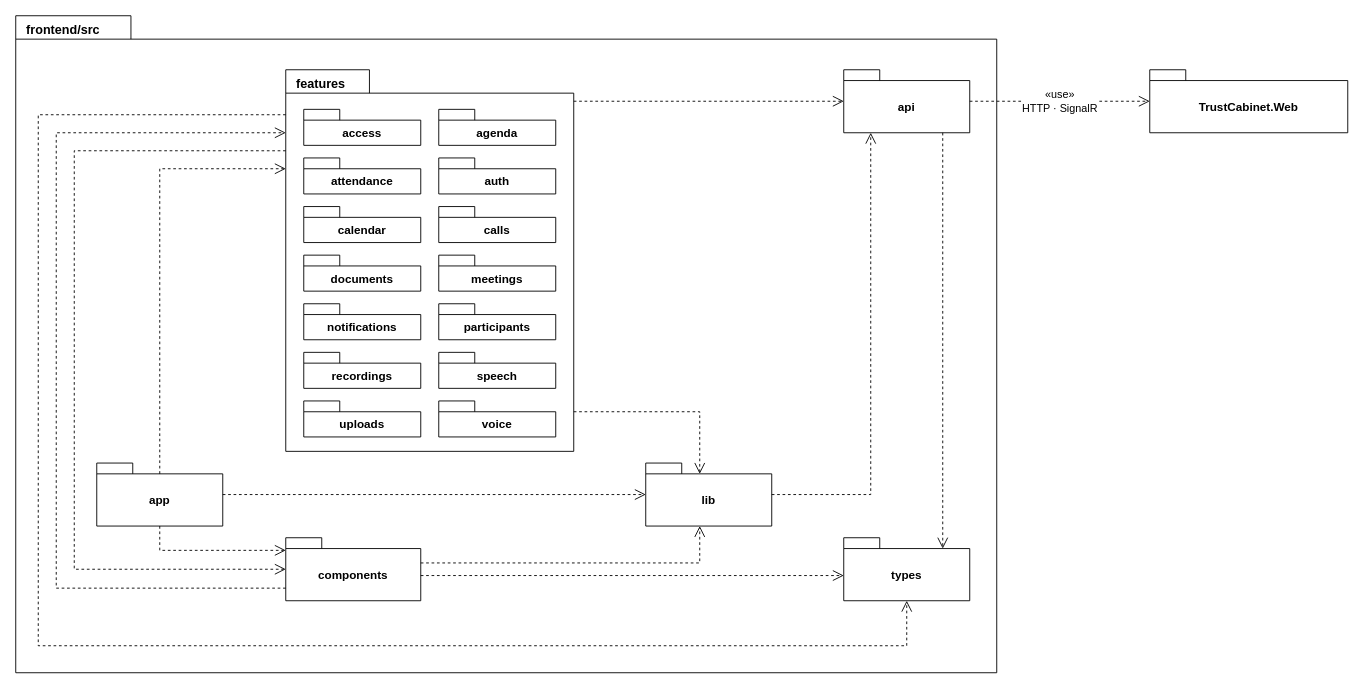
Above: docs/15-package-diagram/package-frontend.drawio in callmehai/FU-FA26-G116 (draw.io), before the change. Source tidied: cells renumbered, new cells numbered last; positions are measured from the earlier drawing's top-left corner, leaving out a move shared by most shapes. Both pictures are drawn from the tidied source at 90%, with x=0, y=0 at pixel (15, 15).
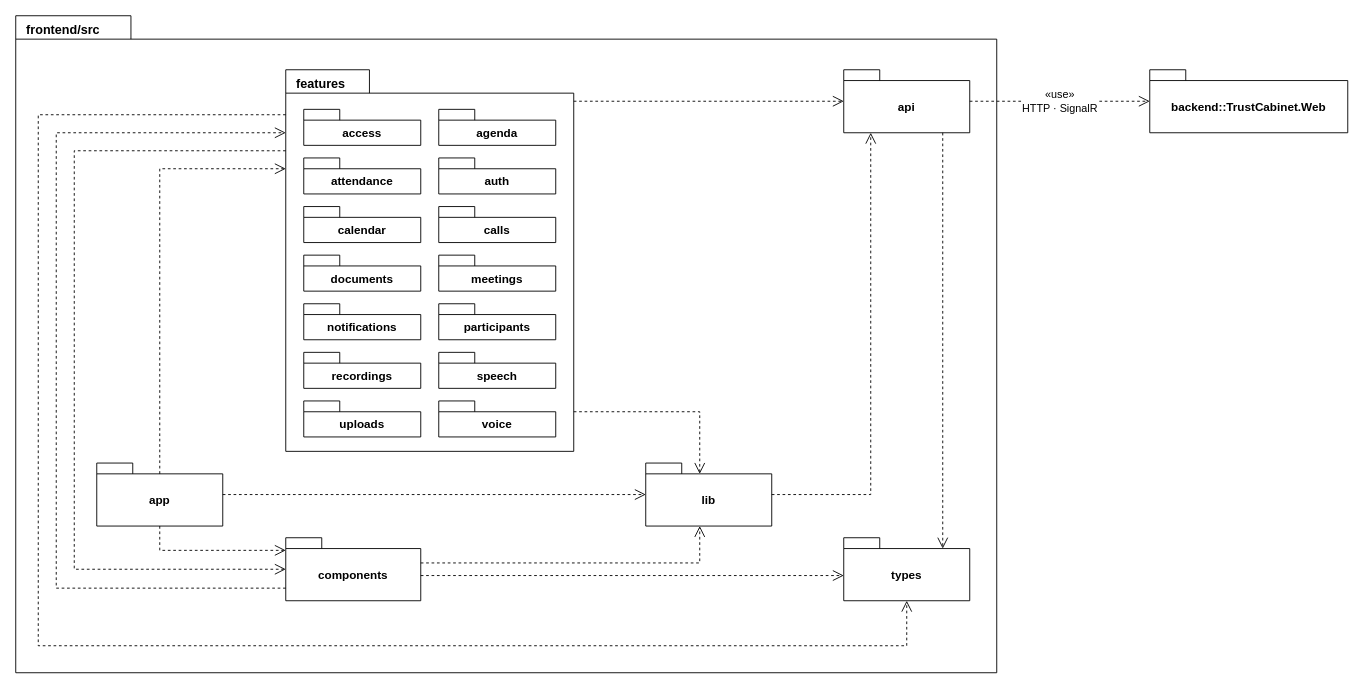
Above is the later version.

Commit message (it also covers changes not shown here):
Verify package diagram

Diff of the diagram source:
```diff
@@
-    <mxCell id="23" value="TrustCabinet.Web" style="shape=folder;tabWidth=40;tabHeight=12;tabPosition=left;verticalAlign=middle;align=center;spacingTop=12;fontStyle=1;fontSize=13;html=1;whiteSpace=wrap;fillColor=#ffffff;strokeColor=#000000;fontColor=#000000;fontFamily=Helvetica;" parent="1" vertex="1">
+    <mxCell id="23" value="backend::TrustCabinet.Web" style="shape=folder;tabWidth=40;tabHeight=12;tabPosition=left;verticalAlign=middle;align=center;spacingTop=12;fontStyle=1;fontSize=13;html=1;whiteSpace=wrap;fillColor=#ffffff;strokeColor=#000000;fontColor=#000000;fontFamily=Helvetica;" parent="1" vertex="1">
       <mxGeometry x="1260" y="60" width="220" height="70" as="geometry" />
     </mxCell>
```
